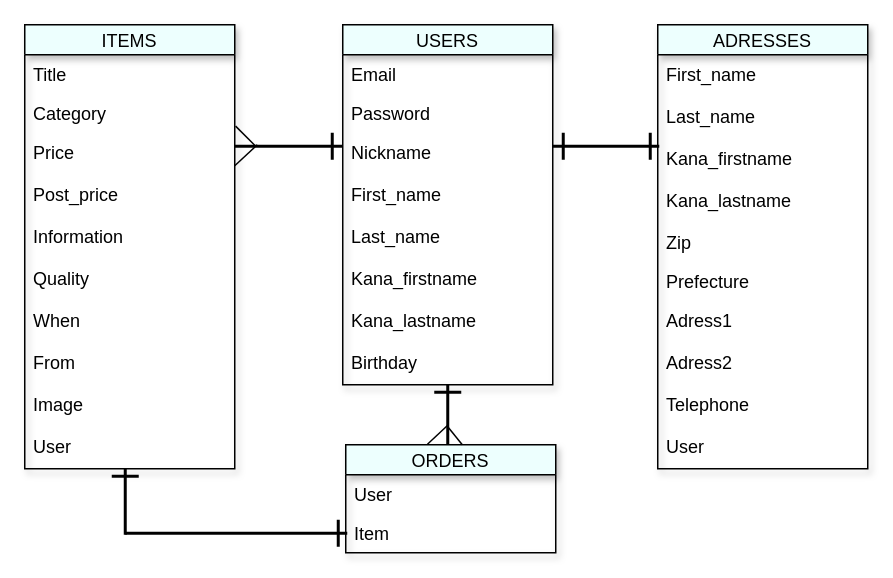
Above: db.dio in RogerSi666/furima-38008 (draw.io), before the change. Source tidied: cells renumbered, new cells numbered last; positions are measured from the earlier drawing's top-left corner, leaving out a move shared by most shapes. Both pictures are drawn from the tidied source at 150%, with x=0, y=0 at pixel (24, 24).
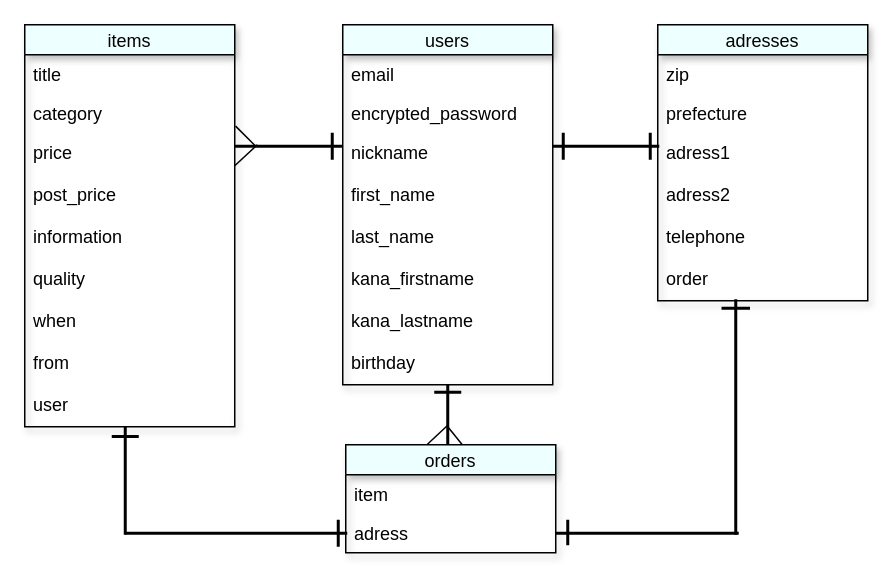
The same page after the edit.

Commit message (it also covers changes not shown here):
データベース設計修正

What changed in the source:
```diff
@@
-    <mxCell id="2" value="ITEMS" style="swimlane;fontStyle=0;horizontal=1;startSize=20;fillColor=#EDFFFE;shadow=1;" parent="1" vertex="1">
-      <mxGeometry width="140" height="296" as="geometry" />
+    <mxCell id="2" value="items" style="swimlane;fontStyle=0;horizontal=1;startSize=20;fillColor=#EDFFFE;shadow=1;" parent="1" vertex="1">
+      <mxGeometry width="140" height="268" as="geometry" />
     </mxCell>
-    <mxCell id="3" value="Title" style="text;strokeColor=none;fillColor=none;align=left;verticalAlign=top;spacingLeft=4;spacingRight=4;overflow=hidden;" parent="2" vertex="1">
+    <mxCell id="3" value="title" style="text;strokeColor=none;fillColor=none;align=left;verticalAlign=top;spacingLeft=4;spacingRight=4;overflow=hidden;" parent="2" vertex="1">
       <mxGeometry y="20" width="140" height="26" as="geometry" />
     </mxCell>
-    <mxCell id="4" value="Category" style="text;strokeColor=none;fillColor=none;align=left;verticalAlign=top;spacingLeft=4;spacingRight=4;overflow=hidden;points=[[0,0.5],[1,0.5]];portConstraint=eastwest;" parent="2" vertex="1">
+    <mxCell id="4" value="category" style="text;strokeColor=none;fillColor=none;align=left;verticalAlign=top;spacingLeft=4;spacingRight=4;overflow=hidden;points=[[0,0.5],[1,0.5]];portConstraint=eastwest;" parent="2" vertex="1">
       <mxGeometry y="46" width="140" height="26" as="geometry" />
     </mxCell>
-    <mxCell id="5" value="Price" style="text;strokeColor=none;fillColor=none;align=left;verticalAlign=top;spacingLeft=4;spacingRight=4;overflow=hidden;" parent="2" vertex="1">
+    <mxCell id="5" value="price" style="text;strokeColor=none;fillColor=none;align=left;verticalAlign=top;spacingLeft=4;spacingRight=4;overflow=hidden;" parent="2" vertex="1">
       <mxGeometry y="72" width="140" height="28" as="geometry" />
     </mxCell>
-    <mxCell id="6" value="Post_price" style="text;strokeColor=none;fillColor=none;align=left;verticalAlign=top;spacingLeft=4;spacingRight=4;overflow=hidden;" parent="2" vertex="1">
+    <mxCell id="6" value="post_price" style="text;strokeColor=none;fillColor=none;align=left;verticalAlign=top;spacingLeft=4;spacingRight=4;overflow=hidden;" parent="2" vertex="1">
       <mxGeometry y="100" width="140" height="28" as="geometry" />
     </mxCell>
-    <mxCell id="7" value="Information" style="text;strokeColor=none;fillColor=none;align=left;verticalAlign=top;spacingLeft=4;spacingRight=4;overflow=hidden;" parent="2" vertex="1">
+    <mxCell id="7" value="information" style="text;strokeColor=none;fillColor=none;align=left;verticalAlign=top;spacingLeft=4;spacingRight=4;overflow=hidden;" parent="2" vertex="1">
       <mxGeometry y="128" width="140" height="28" as="geometry" />
     </mxCell>
-    <mxCell id="8" value="Quality" style="text;strokeColor=none;fillColor=none;align=left;verticalAlign=top;spacingLeft=4;spacingRight=4;overflow=hidden;" parent="2" vertex="1">
+    <mxCell id="8" value="quality" style="text;strokeColor=none;fillColor=none;align=left;verticalAlign=top;spacingLeft=4;spacingRight=4;overflow=hidden;" parent="2" vertex="1">
       <mxGeometry y="156" width="140" height="28" as="geometry" />
     </mxCell>
-    <mxCell id="9" value="When" style="text;strokeColor=none;fillColor=none;align=left;verticalAlign=top;spacingLeft=4;spacingRight=4;overflow=hidden;" parent="2" vertex="1">
+    <mxCell id="9" value="when" style="text;strokeColor=none;fillColor=none;align=left;verticalAlign=top;spacingLeft=4;spacingRight=4;overflow=hidden;" parent="2" vertex="1">
       <mxGeometry y="184" width="140" height="28" as="geometry" />
     </mxCell>
-    <mxCell id="10" value="From" style="text;strokeColor=none;fillColor=none;align=left;verticalAlign=top;spacingLeft=4;spacingRight=4;overflow=hidden;" parent="2" vertex="1">
+    <mxCell id="10" value="from" style="text;strokeColor=none;fillColor=none;align=left;verticalAlign=top;spacingLeft=4;spacingRight=4;overflow=hidden;" parent="2" vertex="1">
       <mxGeometry y="212" width="140" height="28" as="geometry" />
     </mxCell>
-    <mxCell id="11" value="Image" style="text;strokeColor=none;fillColor=none;align=left;verticalAlign=top;spacingLeft=4;spacingRight=4;overflow=hidden;" parent="2" vertex="1">
-      <mxGeometry y="240" width="140" height="28" as="geometry" />
-    </mxCell>
-    <mxCell id="12" value="User" style="text;strokeColor=none;fillColor=none;align=left;verticalAlign=top;spacingLeft=4;spacingRight=4;overflow=hidden;" parent="2" vertex="1">
-      <mxGeometry y="268" width="140" height="28" as="geometry" />
+    <mxCell id="12" value="user" style="text;strokeColor=none;fillColor=none;align=left;verticalAlign=top;spacingLeft=4;spacingRight=4;overflow=hidden;" parent="2" vertex="1">
+      <mxGeometry y="240" width="140" height="28" as="geometry" />
     </mxCell>
-    <mxCell id="13" value="USERS" style="swimlane;fontStyle=0;horizontal=1;startSize=20;fillColor=#EDFFFE;shadow=1;" parent="1" vertex="1">
+    <mxCell id="13" value="users" style="swimlane;fontStyle=0;horizontal=1;startSize=20;fillColor=#EDFFFE;shadow=1;" parent="1" vertex="1">
       <mxGeometry x="212" width="140" height="240" as="geometry" />
     </mxCell>
-    <mxCell id="14" value="Email" style="text;strokeColor=none;fillColor=none;align=left;verticalAlign=top;spacingLeft=4;spacingRight=4;overflow=hidden;" parent="13" vertex="1">
+    <mxCell id="14" value="email" style="text;strokeColor=none;fillColor=none;align=left;verticalAlign=top;spacingLeft=4;spacingRight=4;overflow=hidden;" parent="13" vertex="1">
       <mxGeometry y="20" width="140" height="26" as="geometry" />
     </mxCell>
-    <mxCell id="15" value="Password" style="text;strokeColor=none;fillColor=none;align=left;verticalAlign=top;spacingLeft=4;spacingRight=4;overflow=hidden;" parent="13" vertex="1">
+    <mxCell id="15" value="encrypted_password" style="text;strokeColor=none;fillColor=none;align=left;verticalAlign=top;spacingLeft=4;spacingRight=4;overflow=hidden;" parent="13" vertex="1">
       <mxGeometry y="46" width="140" height="26" as="geometry" />
     </mxCell>
-    <mxCell id="16" value="Nickname" style="text;strokeColor=none;fillColor=none;align=left;verticalAlign=top;spacingLeft=4;spacingRight=4;overflow=hidden;" parent="13" vertex="1">
+    <mxCell id="16" value="nickname" style="text;strokeColor=none;fillColor=none;align=left;verticalAlign=top;spacingLeft=4;spacingRight=4;overflow=hidden;" parent="13" vertex="1">
       <mxGeometry y="72" width="140" height="28" as="geometry" />
     </mxCell>
-    <mxCell id="17" value="First_name    " style="text;strokeColor=none;fillColor=none;align=left;verticalAlign=top;spacingLeft=4;spacingRight=4;overflow=hidden;" parent="13" vertex="1">
+    <mxCell id="17" value="first_name" style="text;strokeColor=none;fillColor=none;align=left;verticalAlign=top;spacingLeft=4;spacingRight=4;overflow=hidden;" parent="13" vertex="1">
       <mxGeometry y="100" width="140" height="28" as="geometry" />
     </mxCell>
-    <mxCell id="18" value="Last_name" style="text;strokeColor=none;fillColor=none;align=left;verticalAlign=top;spacingLeft=4;spacingRight=4;overflow=hidden;" parent="13" vertex="1">
+    <mxCell id="18" value="last_name" style="text;strokeColor=none;fillColor=none;align=left;verticalAlign=top;spacingLeft=4;spacingRight=4;overflow=hidden;" parent="13" vertex="1">
       <mxGeometry y="128" width="140" height="28" as="geometry" />
     </mxCell>
-    <mxCell id="19" value="Kana_firstname" style="text;strokeColor=none;fillColor=none;align=left;verticalAlign=top;spacingLeft=4;spacingRight=4;overflow=hidden;" parent="13" vertex="1">
+    <mxCell id="19" value="kana_firstname" style="text;strokeColor=none;fillColor=none;align=left;verticalAlign=top;spacingLeft=4;spacingRight=4;overflow=hidden;" parent="13" vertex="1">
       <mxGeometry y="156" width="140" height="28" as="geometry" />
     </mxCell>
-    <mxCell id="20" value="Kana_lastname" style="text;strokeColor=none;fillColor=none;align=left;verticalAlign=top;spacingLeft=4;spacingRight=4;overflow=hidden;" parent="13" vertex="1">
+    <mxCell id="20" value="kana_lastname" style="text;strokeColor=none;fillColor=none;align=left;verticalAlign=top;spacingLeft=4;spacingRight=4;overflow=hidden;" parent="13" vertex="1">
       <mxGeometry y="184" width="140" height="28" as="geometry" />
     </mxCell>
-    <mxCell id="21" value="Birthday" style="text;strokeColor=none;fillColor=none;align=left;verticalAlign=top;spacingLeft=4;spacingRight=4;overflow=hidden;" parent="13" vertex="1">
+    <mxCell id="21" value="birthday" style="text;strokeColor=none;fillColor=none;align=left;verticalAlign=top;spacingLeft=4;spacingRight=4;overflow=hidden;" parent="13" vertex="1">
       <mxGeometry y="212" width="140" height="28" as="geometry" />
     </mxCell>
-    <mxCell id="22" value="ADRESSES" style="swimlane;fontStyle=0;horizontal=1;startSize=20;fillColor=#EDFFFE;shadow=1;" parent="1" vertex="1">
-      <mxGeometry x="422" width="140" height="296" as="geometry" />
+    <mxCell id="22" value="adresses" style="swimlane;fontStyle=0;horizontal=1;startSize=20;fillColor=#EDFFFE;shadow=1;" parent="1" vertex="1">
+      <mxGeometry x="422" width="140" height="184" as="geometry" />
     </mxCell>
-    <mxCell id="23" value="First_name    " style="text;strokeColor=none;fillColor=none;align=left;verticalAlign=top;spacingLeft=4;spacingRight=4;overflow=hidden;" parent="22" vertex="1">
-      <mxGeometry y="20" width="140" height="28" as="geometry" />
-    </mxCell>
-    <mxCell id="24" value="Last_name" style="text;strokeColor=none;fillColor=none;align=left;verticalAlign=top;spacingLeft=4;spacingRight=4;overflow=hidden;" parent="22" vertex="1">
-      <mxGeometry y="48" width="140" height="28" as="geometry" />
-    </mxCell>
-    <mxCell id="25" value="Kana_firstname" style="text;strokeColor=none;fillColor=none;align=left;verticalAlign=top;spacingLeft=4;spacingRight=4;overflow=hidden;" parent="22" vertex="1">
-      <mxGeometry y="76" width="140" height="28" as="geometry" />
-    </mxCell>
-    <mxCell id="26" value="Kana_lastname" style="text;strokeColor=none;fillColor=none;align=left;verticalAlign=top;spacingLeft=4;spacingRight=4;overflow=hidden;" parent="22" vertex="1">
-      <mxGeometry y="104" width="140" height="28" as="geometry" />
-    </mxCell>
-    <mxCell id="27" value="Zip" style="text;strokeColor=none;fillColor=none;align=left;verticalAlign=top;spacingLeft=4;spacingRight=4;overflow=hidden;" parent="22" vertex="1">
-      <mxGeometry y="132" width="140" height="26" as="geometry" />
+    <mxCell id="27" value="zip" style="text;strokeColor=none;fillColor=none;align=left;verticalAlign=top;spacingLeft=4;spacingRight=4;overflow=hidden;" parent="22" vertex="1">
+      <mxGeometry y="20" width="140" height="26" as="geometry" />
     </mxCell>
-    <mxCell id="28" value="Prefecture" style="text;strokeColor=none;fillColor=none;align=left;verticalAlign=top;spacingLeft=4;spacingRight=4;overflow=hidden;" parent="22" vertex="1">
-      <mxGeometry y="158" width="140" height="26" as="geometry" />
+    <mxCell id="28" value="prefecture" style="text;strokeColor=none;fillColor=none;align=left;verticalAlign=top;spacingLeft=4;spacingRight=4;overflow=hidden;" parent="22" vertex="1">
+      <mxGeometry y="46" width="140" height="26" as="geometry" />
     </mxCell>
-    <mxCell id="29" value="Adress1" style="text;strokeColor=none;fillColor=none;align=left;verticalAlign=top;spacingLeft=4;spacingRight=4;overflow=hidden;" parent="22" vertex="1">
-      <mxGeometry y="184" width="140" height="28" as="geometry" />
+    <mxCell id="29" value="adress1" style="text;strokeColor=none;fillColor=none;align=left;verticalAlign=top;spacingLeft=4;spacingRight=4;overflow=hidden;" parent="22" vertex="1">
+      <mxGeometry y="72" width="140" height="28" as="geometry" />
     </mxCell>
-    <mxCell id="30" value="Adress2" style="text;strokeColor=none;fillColor=none;align=left;verticalAlign=top;spacingLeft=4;spacingRight=4;overflow=hidden;" parent="22" vertex="1">
-      <mxGeometry y="212" width="140" height="28" as="geometry" />
+    <mxCell id="30" value="adress2" style="text;strokeColor=none;fillColor=none;align=left;verticalAlign=top;spacingLeft=4;spacingRight=4;overflow=hidden;" parent="22" vertex="1">
+      <mxGeometry y="100" width="140" height="28" as="geometry" />
     </mxCell>
-    <mxCell id="31" value="Telephone" style="text;strokeColor=none;fillColor=none;align=left;verticalAlign=top;spacingLeft=4;spacingRight=4;overflow=hidden;" parent="22" vertex="1">
-      <mxGeometry y="240" width="140" height="28" as="geometry" />
+    <mxCell id="31" value="telephone" style="text;strokeColor=none;fillColor=none;align=left;verticalAlign=top;spacingLeft=4;spacingRight=4;overflow=hidden;" parent="22" vertex="1">
+      <mxGeometry y="128" width="140" height="28" as="geometry" />
     </mxCell>
-    <mxCell id="32" value="User" style="text;strokeColor=none;fillColor=none;align=left;verticalAlign=top;spacingLeft=4;spacingRight=4;overflow=hidden;" parent="22" vertex="1">
-      <mxGeometry y="268" width="140" height="28" as="geometry" />
+    <mxCell id="32" value="order&#10;" style="text;strokeColor=none;fillColor=none;align=left;verticalAlign=top;spacingLeft=4;spacingRight=4;overflow=hidden;" parent="22" vertex="1">
+      <mxGeometry y="156" width="140" height="28" as="geometry" />
     </mxCell>
-    <mxCell id="33" value="ORDERS" style="swimlane;fontStyle=0;horizontal=1;startSize=20;fillColor=#EDFFFE;shadow=1;" parent="1" vertex="1">
+    <mxCell id="33" value="orders" style="swimlane;fontStyle=0;horizontal=1;startSize=20;fillColor=#EDFFFE;shadow=1;" parent="1" vertex="1">
       <mxGeometry x="214" y="280" width="140" height="72" as="geometry" />
     </mxCell>
@@
-    <mxCell id="35" value="User" style="text;strokeColor=none;fillColor=none;align=left;verticalAlign=top;spacingLeft=4;spacingRight=4;overflow=hidden;" parent="33" vertex="1">
+    <mxCell id="35" value="item" style="text;strokeColor=none;fillColor=none;align=left;verticalAlign=top;spacingLeft=4;spacingRight=4;overflow=hidden;" parent="33" vertex="1">
       <mxGeometry y="20" width="140" height="26" as="geometry" />
     </mxCell>
-    <mxCell id="36" value="Item" style="text;strokeColor=none;fillColor=none;align=left;verticalAlign=top;spacingLeft=4;spacingRight=4;overflow=hidden;" parent="33" vertex="1">
+    <mxCell id="36" value="adress" style="text;strokeColor=none;fillColor=none;align=left;verticalAlign=top;spacingLeft=4;spacingRight=4;overflow=hidden;" parent="33" vertex="1">
       <mxGeometry y="46" width="140" height="26" as="geometry" />
     </mxCell>
@@
     <mxCell id="40" style="line;strokeWidth=2;direction=south;html=1;" parent="1" vertex="1">
-      <mxGeometry x="62" y="296" width="10" height="44" as="geometry" />
+      <mxGeometry x="62" y="268" width="10" height="72" as="geometry" />
     </mxCell>
@@
     <mxCell id="48" style="line;strokeWidth=2;html=1;" parent="1" vertex="1">
-      <mxGeometry x="58" y="296" width="18" height="10" as="geometry" />
+      <mxGeometry x="58" y="257" width="18" height="35" as="geometry" />
     </mxCell>
@@
+    <mxCell id="51" style="line;strokeWidth=2;html=1;" parent="1" vertex="1">
+      <mxGeometry x="354" y="334" width="122" height="10" as="geometry" />
+    </mxCell>
+    <mxCell id="52" style="line;strokeWidth=2;direction=south;html=1;" parent="1" vertex="1">
+      <mxGeometry x="469" y="183" width="10" height="157" as="geometry" />
+    </mxCell>
+    <mxCell id="53" style="line;strokeWidth=2;html=1;" parent="1" vertex="1">
+      <mxGeometry x="464.5" y="184" width="19" height="10" as="geometry" />
+    </mxCell>
+    <mxCell id="54" style="line;strokeWidth=2;direction=south;html=1;" parent="1" vertex="1">
+      <mxGeometry x="357" y="330" width="10" height="17" as="geometry" />
+    </mxCell>
```
